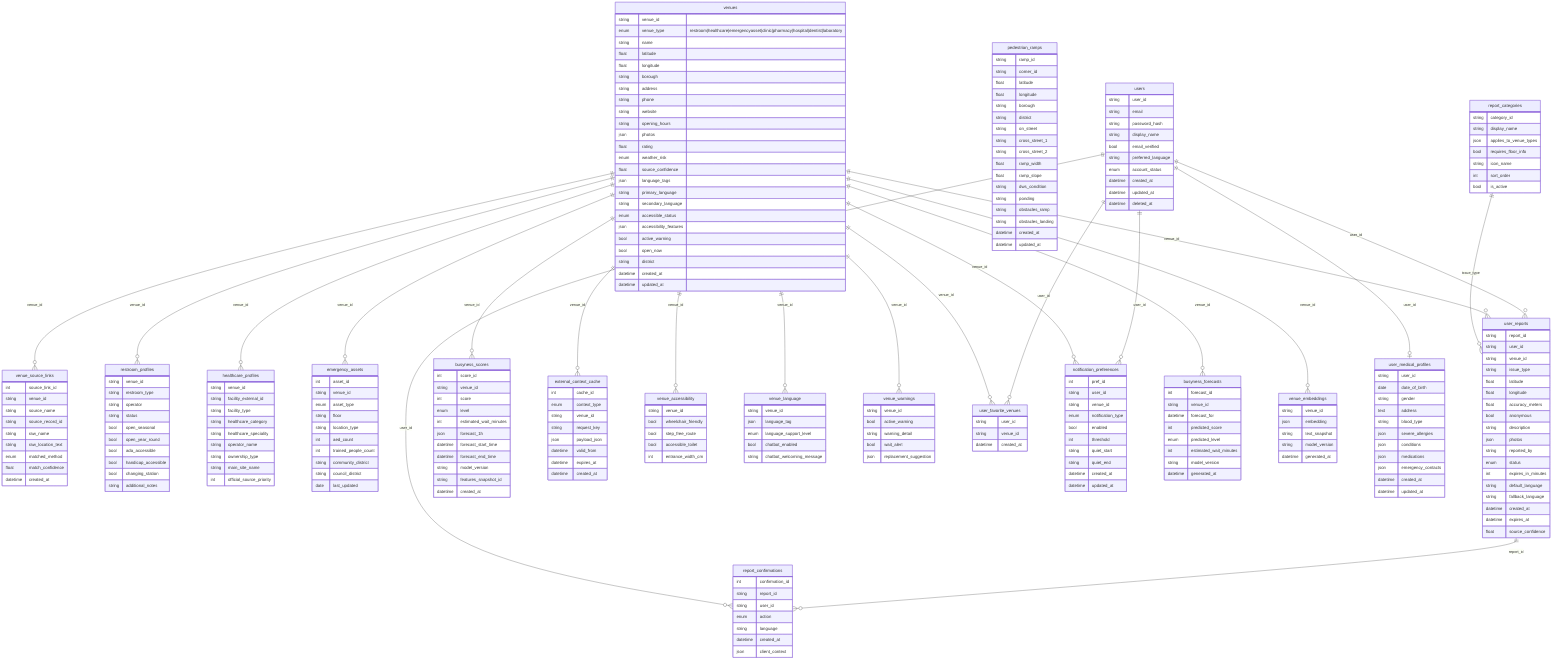
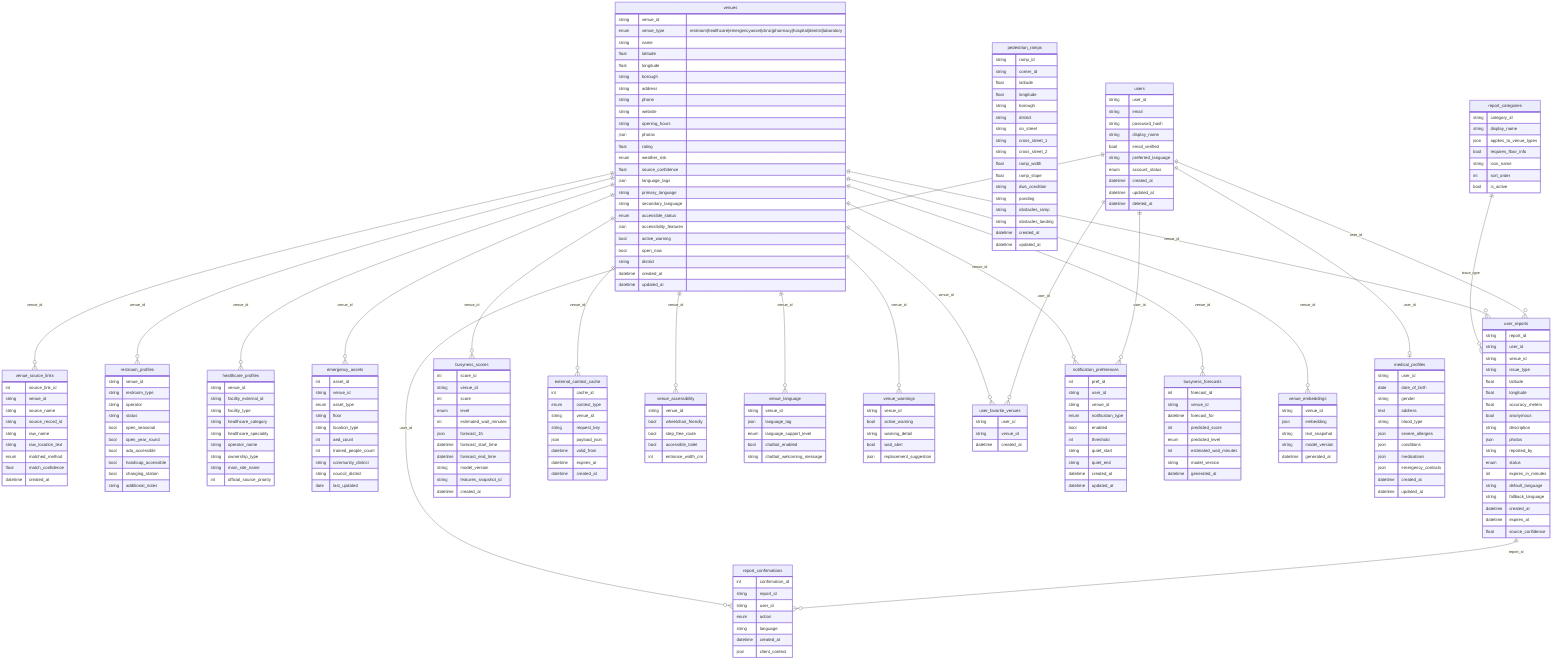
erDiagram

    %% ClearPath DB — 20 tables, 190 columns

    venues {
        string venue_id
        enum venue_type "restroom|healthcare|emergencyasset|clinic|pharmacy|hospital|dentist|laboratory"
        string name
        float latitude
        float longitude
        string borough
        string address
        string phone
        string website
        string opening_hours
        json photos
        float rating
        enum weather_risk
        float source_confidence
        json language_tags
        string primary_language
        string secondary_language
        enum accessible_status
        json accessibility_features
        bool active_warning
        bool open_now
        string district
        datetime created_at
        datetime updated_at
    }

    venue_source_links {
        int source_link_id
        string venue_id
        string source_name
        string source_record_id
        string raw_name
        string raw_location_text
        enum matched_method
        float match_confidence
        datetime created_at
    }

    restroom_profiles {
        string venue_id
        string restroom_type
        string operator
        string status
        bool open_seasonal
        bool open_year_round
        bool ada_accessible
        bool handicap_accessible
        bool changing_station
        string additional_notes
    }

    healthcare_profiles {
        string venue_id
        string facility_external_id
        string facility_type
        string healthcare_category
        string healthcare_speciality
        string operator_name
        string ownership_type
        string main_site_name
        int official_source_priority
    }

    emergency_assets {
        int asset_id
        string venue_id
        enum asset_type
        string floor
        string location_type
        int aed_count
        int trained_people_count
        string community_district
        string council_district
        date last_updated
    }

    pedestrian_ramps {
        string ramp_id
        string corner_id
        float latitude
        float longitude
        string borough
        string district
        string on_street
        string cross_street_1
        string cross_street_2
        float ramp_width
        float ramp_slope
        string dws_condition
        string ponding
        string obstacles_ramp
        string obstacles_landing
        datetime created_at
        datetime updated_at
    }

    user_reports {
        string report_id
        string user_id
        string venue_id
        string issue_type
        float latitude
        float longitude
        float accuracy_meters
        bool anonymous
        string description
        json photos
        string reported_by
        enum status
        int expires_in_minutes
        string default_language
        string fallback_language
        datetime created_at
        datetime expires_at
        float source_confidence
    }

    report_confirmations {
        int confirmation_id
        string report_id
        string user_id
        enum action
        string language
        datetime created_at
        json client_context
    }

    busyness_scores {
        int score_id
        string venue_id
        int score
        enum level
        int estimated_wait_minutes
        json forecast_1h
        datetime forecast_start_time
        datetime forecast_end_time
        string model_version
        string features_snapshot_id
        datetime created_at
    }

    external_context_cache {
        int cache_id
        enum context_type
        string venue_id
        string request_key
        json payload_json
        datetime valid_from
        datetime expires_at
        datetime created_at
    }

    venue_accessibility {
        string venue_id
        bool wheelchair_friendly
        bool step_free_route
        bool accessible_toilet
        int entrance_width_cm
    }

    venue_language {
        string venue_id
        json language_tag
        enum language_support_level
        bool chatbot_enabled
        string chatbot_welcoming_message
    }

    venue_warnings {
        string venue_id
        bool active_warning
        string warning_detail
        bool wait_alert
        json replacement_suggestion
    }

    users {
        string user_id
        string email
        string password_hash
        string display_name
        bool email_verified
        string preferred_language
        enum account_status
        datetime created_at
        datetime updated_at
        datetime deleted_at
    }

    user_favorite_venues {
        string user_id
        string venue_id
        datetime created_at
    }

    notification_preferences {
        int pref_id
        string user_id
        string venue_id
        enum notification_type
        bool enabled
        int threshold
        string quiet_start
        string quiet_end
        datetime created_at
        datetime updated_at
    }

    report_categories {
        string category_id
        string display_name
        json applies_to_venue_types
        bool requires_floor_info
        string icon_name
        int sort_order
        bool is_active
    }

    busyness_forecasts {
        int forecast_id
        string venue_id
        datetime forecast_for
        int predicted_score
        enum predicted_level
        int estimated_wait_minutes
        string model_version
        datetime generated_at
    }

    venue_embeddings {
        string venue_id
        json embedding
        string text_snapshot
        string model_version
        datetime generated_at
    }

-     user_medical_profiles {
+     medical_profiles {
        string user_id
        date date_of_birth
        string gender
        text address
        string blood_type
        json severe_allergies
        json conditions
        json medications
        json emergency_contacts
        datetime created_at
        datetime updated_at
    }

    %% Relationships
    venues ||--o{ venue_source_links : "venue_id"
    venues ||--o{ restroom_profiles : "venue_id"
    venues ||--o{ healthcare_profiles : "venue_id"
    venues ||--o{ emergency_assets : "venue_id"
    users ||--o{ user_reports : "user_id"
    venues ||--o{ user_reports : "venue_id"
    report_categories ||--o{ user_reports : "issue_type"
    user_reports ||--o{ report_confirmations : "report_id"
    users ||--o{ report_confirmations : "user_id"
-     users ||--o| user_medical_profiles : "user_id"
+     users ||--o| medical_profiles : "user_id"
    venues ||--o{ busyness_scores : "venue_id"
    venues ||--o{ external_context_cache : "venue_id"
    venues ||--o{ venue_accessibility : "venue_id"
    venues ||--o{ venue_language : "venue_id"
    venues ||--o{ venue_warnings : "venue_id"
    users ||--o{ user_favorite_venues : "user_id"
    venues ||--o{ user_favorite_venues : "venue_id"
    users ||--o{ notification_preferences : "user_id"
    venues ||--o{ notification_preferences : "venue_id"
    venues ||--o{ busyness_forecasts : "venue_id"
    venues ||--o{ venue_embeddings : "venue_id"
